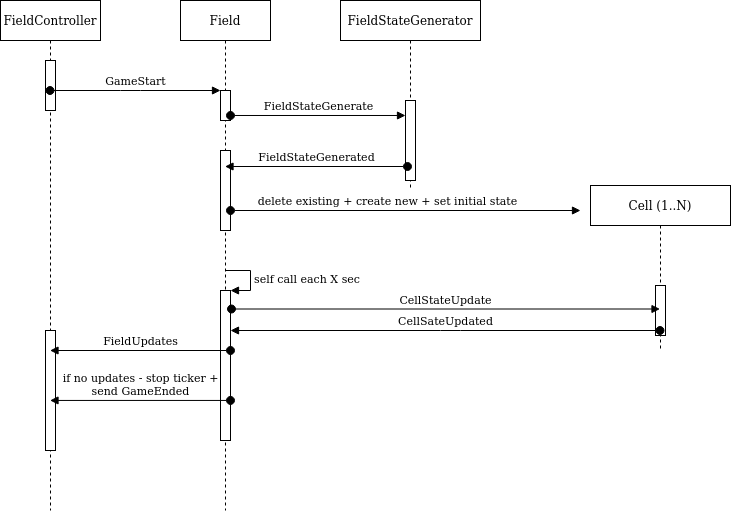
The draw.io diagram docs/images/interaction.png in fedor-malyshkin/conway-life-stream-server, before a commit. Source tidied: cells renumbered, new cells last; positions are measured from the earlier drawing's top-left corner, leaving out a move shared by most shapes.
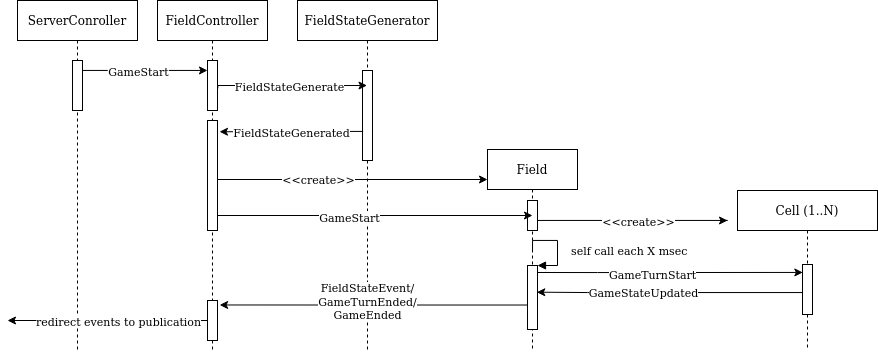
Above is the later version.

Diff of the diagram source:
```diff
@@ -3,82 +3,172 @@
     <mxCell id="0" />
     <mxCell id="1" parent="0" />
     <mxCell id="2" value="FieldController" style="shape=umlLifeline;perimeter=lifelinePerimeter;whiteSpace=wrap;html=1;outlineConnect=0;" parent="1" vertex="1">
-      <mxGeometry width="100" height="510" as="geometry" />
+      <mxGeometry x="210" width="110" height="350" as="geometry" />
     </mxCell>
     <mxCell id="3" style="html=1;points=[];perimeter=orthogonalPerimeter;" parent="2" vertex="1">
-      <mxGeometry x="45" y="60" width="10" height="50" as="geometry" />
+      <mxGeometry x="50" y="60" width="10" height="50" as="geometry" />
     </mxCell>
     <mxCell id="4" style="html=1;points=[];perimeter=orthogonalPerimeter;" parent="2" vertex="1">
-      <mxGeometry x="45" y="330" width="10" height="120" as="geometry" />
+      <mxGeometry x="50" y="300" width="10" height="40" as="geometry" />
     </mxCell>
+    <mxCell id="22" style="html=1;points=[];perimeter=orthogonalPerimeter;" parent="2" vertex="1">
+      <mxGeometry x="50" y="120" width="10" height="110" as="geometry" />
+    </mxCell>
     <mxCell id="5" value="Field" style="shape=umlLifeline;perimeter=lifelinePerimeter;whiteSpace=wrap;html=1;outlineConnect=0;" parent="1" vertex="1">
-      <mxGeometry x="180" width="90" height="510" as="geometry" />
+      <mxGeometry x="540" y="149" width="90" height="201" as="geometry" />
     </mxCell>
     <mxCell id="6" style="html=1;points=[];perimeter=orthogonalPerimeter;" parent="5" vertex="1">
-      <mxGeometry x="40" y="90" width="10" height="30" as="geometry" />
+      <mxGeometry x="40" y="51" width="10" height="30" as="geometry" />
     </mxCell>
-    <mxCell id="7" style="html=1;perimeter=orthogonalPerimeter;" parent="5" vertex="1">
-      <mxGeometry x="40" y="150" width="10" height="80" as="geometry" />
-    </mxCell>
-    <mxCell id="8" value="delete existing + create new + set initial state" style="html=1;verticalAlign=bottom;startArrow=oval;startFill=1;endArrow=block;startSize=8;" parent="5" edge="1">
-      <mxGeometry x="-0.1" relative="1" as="geometry">
-        <mxPoint x="50" y="210" as="sourcePoint" />
-        <mxPoint x="400" y="210" as="targetPoint" />
-      </mxGeometry>
-    </mxCell>
-    <mxCell id="9" style="html=1;points=[];perimeter=orthogonalPerimeter;" parent="5" vertex="1">
-      <mxGeometry x="40" y="290" width="10" height="150" as="geometry" />
-    </mxCell>
-    <mxCell id="10" value="self call each X sec" style="edgeStyle=orthogonalEdgeStyle;html=1;align=left;spacingLeft=2;endArrow=block;rounded=0;entryX=1;entryY=0;" parent="5" edge="1" target="9">
-      <mxGeometry relative="1" as="geometry">
-        <mxPoint x="45" y="270" as="sourcePoint" />
-        <Array as="points">
-          <mxPoint x="70" y="270" />
-        </Array>
-      </mxGeometry>
-    </mxCell>
+    <mxCell id="23" style="html=1;points=[];perimeter=orthogonalPerimeter;" parent="5" vertex="1">
+      <mxGeometry x="40" y="116" width="10" height="64" as="geometry" />
+    </mxCell>
+    <mxCell id="24" value="self call each X msec" style="edgeStyle=orthogonalEdgeStyle;html=1;align=left;spacingLeft=2;endArrow=block;rounded=0;entryX=1;entryY=0;" parent="5" edge="1" target="23">
+      <mxGeometry x="0.12" y="10" relative="1" as="geometry">
+        <mxPoint x="45" y="101" as="sourcePoint" />
+        <Array as="points">
+          <mxPoint x="45" y="91" />
+          <mxPoint x="70" y="91" />
+          <mxPoint x="70" y="116" />
+        </Array>
+      </mxGeometry>
+    </mxCell>
     <mxCell id="11" value="&lt;div&gt;FieldStateGenerator&lt;/div&gt;" style="shape=umlLifeline;perimeter=lifelinePerimeter;whiteSpace=wrap;html=1;" parent="1" vertex="1">
-      <mxGeometry x="340" width="140" height="190" as="geometry" />
+      <mxGeometry x="350" width="140" height="350" as="geometry" />
     </mxCell>
     <mxCell id="12" style="html=1;points=[];perimeter=orthogonalPerimeter;" parent="11" vertex="1">
-      <mxGeometry x="65" y="100" width="10" height="80" as="geometry" />
+      <mxGeometry x="65" y="70" width="10" height="90" as="geometry" />
     </mxCell>
     <mxCell id="13" value="Cell (1..N)" style="shape=umlLifeline;perimeter=lifelinePerimeter;whiteSpace=wrap;html=1;outlineConnect=0;" parent="1" vertex="1">
-      <mxGeometry x="590" y="185" width="140" height="165" as="geometry" />
+      <mxGeometry x="790" y="190" width="140" height="160" as="geometry" />
     </mxCell>
     <mxCell id="14" style="html=1;points=[];perimeter=orthogonalPerimeter;" parent="13" vertex="1">
-      <mxGeometry x="65" y="100" width="10" height="50" as="geometry" />
+      <mxGeometry x="65" y="74" width="10" height="50" as="geometry" />
     </mxCell>
-    <mxCell id="15" value="GameStart" style="html=1;verticalAlign=bottom;startArrow=oval;endArrow=block;startSize=8;" parent="1" edge="1" source="2" target="6">
-      <mxGeometry relative="1" as="geometry">
-        <Array as="points">
-          <mxPoint x="130" y="90" />
-        </Array>
-      </mxGeometry>
-    </mxCell>
+    <mxCell id="25" value="ServerConroller" style="shape=umlLifeline;perimeter=lifelinePerimeter;whiteSpace=wrap;html=1;" parent="1" vertex="1">
+      <mxGeometry x="70" width="120" height="350" as="geometry" />
+    </mxCell>
+    <mxCell id="26" style="html=1;points=[];perimeter=orthogonalPerimeter;" parent="25" vertex="1">
+      <mxGeometry x="55" y="60" width="10" height="50" as="geometry" />
+    </mxCell>
+    <mxCell id="27" style="edgeStyle=orthogonalEdgeStyle;rounded=0;jettySize=auto;html=1;" parent="1" edge="1" source="26" target="3">
+      <mxGeometry relative="1" as="geometry">
+        <Array as="points">
+          <mxPoint x="160" y="70" />
+          <mxPoint x="160" y="70" />
+        </Array>
+      </mxGeometry>
+    </mxCell>
+    <mxCell id="28" value="GameStart" style="edgeLabel;html=1;align=center;verticalAlign=middle;" parent="27" vertex="1">
+      <mxGeometry x="0.2" y="-1" relative="1" as="geometry">
+        <mxPoint x="-20" y="-1" as="offset" />
+      </mxGeometry>
+    </mxCell>
+    <mxCell id="29" style="edgeStyle=orthogonalEdgeStyle;rounded=0;jettySize=auto;html=1;entryX=0.45;entryY=0.167;entryDx=0;entryDy=0;entryPerimeter=0;exitX=1.033;exitY=0.557;exitDx=0;exitDy=0;exitPerimeter=0;" parent="1" edge="1" source="3" target="12">
+      <mxGeometry relative="1" as="geometry">
+        <Array as="points">
+          <mxPoint x="270" y="85" />
+        </Array>
+      </mxGeometry>
+    </mxCell>
-    <mxCell id="16" value="FieldStateGenerate" style="html=1;verticalAlign=bottom;startArrow=oval;endArrow=block;startSize=8;exitX=1;exitY=0.833;exitDx=0;exitDy=0;exitPerimeter=0;" parent="1" edge="1" source="6" target="12">
-      <mxGeometry relative="1" as="geometry" />
+    <mxCell id="16" value="FieldStateGenerate" style="edgeLabel;html=1;align=center;verticalAlign=middle;" parent="29" vertex="1">
+      <mxGeometry x="-0.25" y="-2" relative="1" as="geometry">
+        <mxPoint x="17.5" y="-2" as="offset" />
+      </mxGeometry>
     </mxCell>
+    <mxCell id="30" style="edgeStyle=orthogonalEdgeStyle;rounded=0;jettySize=auto;html=1;exitX=0.061;exitY=0.677;exitDx=0;exitDy=0;exitPerimeter=0;entryX=1.2;entryY=0.102;entryDx=0;entryDy=0;entryPerimeter=0;" parent="1" edge="1" source="12" target="22">
+      <mxGeometry relative="1" as="geometry" />
+    </mxCell>
-    <mxCell id="17" value="FieldStateGenerated" style="html=1;verticalAlign=bottom;startArrow=oval;startFill=1;endArrow=block;startSize=8;exitX=0.2;exitY=0.825;exitDx=0;exitDy=0;exitPerimeter=0;" parent="1" edge="1" source="12" target="5">
-      <mxGeometry relative="1" as="geometry" />
+    <mxCell id="17" value="FieldStateGenerated" style="edgeLabel;html=1;align=center;verticalAlign=middle;" parent="30" vertex="1">
+      <mxGeometry x="0.17" y="-3" relative="1" as="geometry">
+        <mxPoint x="10.5" y="3" as="offset" />
+      </mxGeometry>
     </mxCell>
-    <mxCell id="18" value="CellStateUpdate" style="html=1;verticalAlign=bottom;startArrow=oval;startFill=1;endArrow=block;startSize=8;exitX=1.1;exitY=0.375;exitDx=0;exitDy=0;exitPerimeter=0;" parent="1" edge="1" target="13">
-      <mxGeometry relative="1" as="geometry">
-        <mxPoint x="231" y="308.5" as="sourcePoint" />
-      </mxGeometry>
-    </mxCell>
-    <mxCell id="19" value="CellSateUpdated" style="html=1;verticalAlign=bottom;startArrow=oval;startFill=1;endArrow=block;startSize=8;" parent="1" edge="1" source="13" target="9">
-      <mxGeometry relative="1" as="geometry">
-        <Array as="points">
-          <mxPoint x="450" y="330" />
-        </Array>
-      </mxGeometry>
-    </mxCell>
-    <mxCell id="20" value="FieldUpdates" style="html=1;verticalAlign=bottom;startArrow=oval;startFill=1;endArrow=block;startSize=8;exitX=1;exitY=0.4;exitDx=0;exitDy=0;exitPerimeter=0;" parent="1" edge="1" source="9" target="2">
-      <mxGeometry relative="1" as="geometry" />
-    </mxCell>
-    <mxCell id="21" value="&lt;div&gt;if no updates - stop ticker +&lt;/div&gt;&lt;div&gt;send GameEnded&lt;br&gt;&lt;/div&gt;" style="html=1;verticalAlign=bottom;startArrow=oval;startFill=1;endArrow=block;startSize=8;exitX=1;exitY=0.733;exitDx=0;exitDy=0;exitPerimeter=0;" parent="1" edge="1" source="9" target="2">
-      <mxGeometry relative="1" as="geometry" />
-    </mxCell>
+    <mxCell id="31" style="edgeStyle=orthogonalEdgeStyle;rounded=0;jettySize=auto;html=1;" parent="1" edge="1" source="22">
+      <mxGeometry relative="1" as="geometry">
+        <mxPoint x="540" y="179" as="targetPoint" />
+        <Array as="points">
+          <mxPoint x="370" y="179" />
+          <mxPoint x="370" y="179" />
+        </Array>
+      </mxGeometry>
+    </mxCell>
+    <mxCell id="32" value="&amp;lt;&amp;lt;create&amp;gt;&amp;gt;" style="edgeLabel;html=1;align=center;verticalAlign=middle;" parent="31" vertex="1">
+      <mxGeometry x="-0.29" y="1" relative="1" as="geometry">
+        <mxPoint x="4" as="offset" />
+      </mxGeometry>
+    </mxCell>
+    <mxCell id="33" style="edgeStyle=orthogonalEdgeStyle;rounded=0;jettySize=auto;html=1;" parent="1" edge="1" source="22">
+      <mxGeometry relative="1" as="geometry">
+        <mxPoint x="585" y="215" as="targetPoint" />
+        <Array as="points">
+          <mxPoint x="410" y="215" />
+          <mxPoint x="410" y="215" />
+        </Array>
+      </mxGeometry>
+    </mxCell>
+    <mxCell id="34" value="GameStart" style="edgeLabel;html=1;align=center;verticalAlign=middle;" parent="33" vertex="1">
+      <mxGeometry x="-0.11" y="-9" relative="1" as="geometry">
+        <mxPoint x="-9" y="-8" as="offset" />
+      </mxGeometry>
+    </mxCell>
+    <mxCell id="35" style="edgeStyle=orthogonalEdgeStyle;rounded=0;jettySize=auto;html=1;" parent="1" edge="1" source="6">
+      <mxGeometry relative="1" as="geometry">
+        <mxPoint x="780" y="220" as="targetPoint" />
+        <Array as="points">
+          <mxPoint x="780" y="220" />
+        </Array>
+      </mxGeometry>
+    </mxCell>
+    <mxCell id="36" value="&amp;lt;&amp;lt;create&amp;gt;&amp;gt;" style="edgeLabel;html=1;align=center;verticalAlign=middle;" parent="35" vertex="1">
+      <mxGeometry x="0.79" y="-51" relative="1" as="geometry">
+        <mxPoint x="-70" y="-51" as="offset" />
+      </mxGeometry>
+    </mxCell>
+    <mxCell id="37" style="edgeStyle=orthogonalEdgeStyle;rounded=0;jettySize=auto;html=1;entryX=0.031;entryY=0.159;entryDx=0;entryDy=0;entryPerimeter=0;" parent="1" edge="1" target="14">
+      <mxGeometry relative="1" as="geometry">
+        <mxPoint x="590" y="272" as="sourcePoint" />
+        <Array as="points">
+          <mxPoint x="650" y="272" />
+          <mxPoint x="650" y="272" />
+        </Array>
+      </mxGeometry>
+    </mxCell>
+    <mxCell id="38" value="GameTurnStart" style="edgeLabel;html=1;align=center;verticalAlign=middle;" parent="37" vertex="1">
+      <mxGeometry x="-0.14" y="-1" relative="1" as="geometry" />
+    </mxCell>
+    <mxCell id="39" style="edgeStyle=orthogonalEdgeStyle;rounded=0;jettySize=auto;html=1;entryX=0.929;entryY=0.417;entryDx=0;entryDy=0;entryPerimeter=0;" parent="1" edge="1" source="14" target="23">
+      <mxGeometry relative="1" as="geometry">
+        <Array as="points">
+          <mxPoint x="640" y="292" />
+          <mxPoint x="640" y="292" />
+        </Array>
+      </mxGeometry>
+    </mxCell>
+    <mxCell id="40" value="GameStateUpdated" style="edgeLabel;html=1;align=center;verticalAlign=middle;" parent="39" vertex="1">
+      <mxGeometry x="0.2" y="-1" relative="1" as="geometry" />
+    </mxCell>
+    <mxCell id="41" style="edgeStyle=orthogonalEdgeStyle;rounded=0;jettySize=auto;html=1;entryX=1.214;entryY=0.112;entryDx=0;entryDy=0;entryPerimeter=0;" parent="1" edge="1" source="23" target="4">
+      <mxGeometry relative="1" as="geometry">
+        <Array as="points">
+          <mxPoint x="425" y="304" />
+        </Array>
+      </mxGeometry>
+    </mxCell>
+    <mxCell id="42" value="&lt;div&gt;FieldStateEvent/&lt;/div&gt;&lt;div&gt;GameTurnEnded/&lt;/div&gt;&lt;div&gt;GameEnded&lt;br&gt;&lt;/div&gt;" style="edgeLabel;html=1;align=center;verticalAlign=middle;" parent="41" vertex="1">
+      <mxGeometry x="-0.17" y="1" relative="1" as="geometry">
+        <mxPoint x="-32" y="-5.5" as="offset" />
+      </mxGeometry>
+    </mxCell>
+    <mxCell id="43" style="edgeStyle=orthogonalEdgeStyle;rounded=0;jettySize=auto;html=1;" parent="1" edge="1" source="4">
+      <mxGeometry relative="1" as="geometry">
+        <mxPoint x="60" y="320" as="targetPoint" />
+      </mxGeometry>
+    </mxCell>
+    <mxCell id="44" value="redirect events to publication" style="edgeLabel;html=1;align=center;verticalAlign=middle;" parent="43" vertex="1">
+      <mxGeometry x="-0.25" y="3" relative="1" as="geometry">
+        <mxPoint x="-14.6" y="-3" as="offset" />
+      </mxGeometry>
+    </mxCell>
   </root>
 </mxGraphModel>
```
